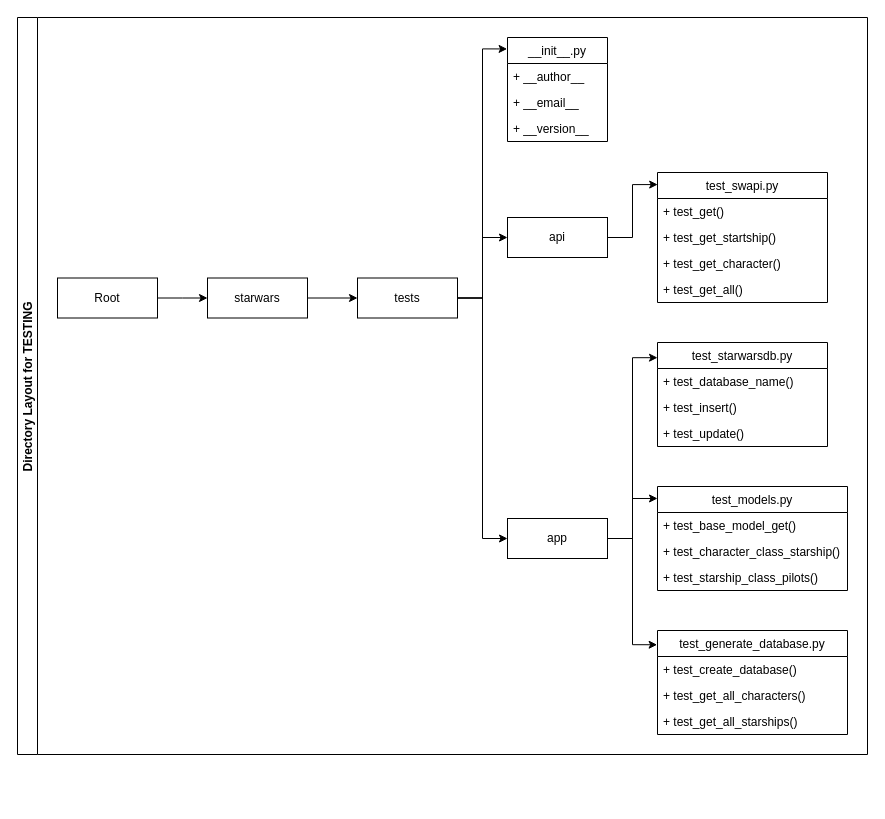
Above: docs/design/StarWars_Testing_Design.drawio in paulaked/Data24-starwars (draw.io), before the change. Source tidied: cells renumbered, new cells numbered last; positions are measured from the earlier drawing's top-left corner, leaving out a move shared by most shapes. Both pictures are drawn from the tidied source at 100%, with x=0, y=0 at pixel (17, 17).
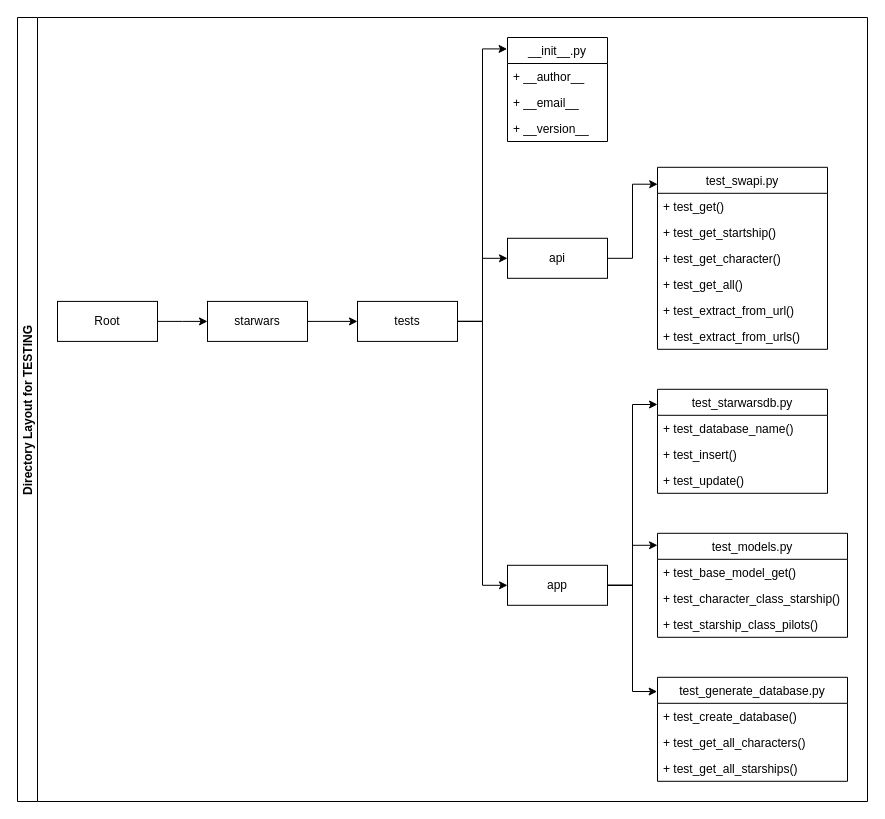
The same diagram, later.

What changed in the source:
```diff
@@
     <mxCell id="2" value="Directory Layout for TESTING" style="swimlane;startSize=20;horizontal=0;horizontalTree=1;containerType=tree;" parent="1" vertex="1">
-      <mxGeometry width="850" height="737" as="geometry" />
+      <mxGeometry width="850" height="784" as="geometry" />
     </mxCell>
     <mxCell id="3" value="Root" style="whiteSpace=wrap;html=1;" parent="2" vertex="1">
-      <mxGeometry x="40" y="260.5" width="100" height="40" as="geometry" />
+      <mxGeometry x="40" y="283.9" width="100" height="40" as="geometry" />
     </mxCell>
     <mxCell id="4" value="starwars" style="whiteSpace=wrap;html=1;" parent="2" vertex="1">
-      <mxGeometry x="190" y="260.5" width="100" height="40" as="geometry" />
+      <mxGeometry x="190" y="283.9" width="100" height="40" as="geometry" />
     </mxCell>
@@
     <mxCell id="9" value="tests" style="whiteSpace=wrap;html=1;" parent="2" vertex="1">
-      <mxGeometry x="340" y="260.5" width="100" height="40" as="geometry" />
+      <mxGeometry x="340" y="283.9" width="100" height="40" as="geometry" />
     </mxCell>
@@
     <mxCell id="16" value="api" style="whiteSpace=wrap;html=1;" parent="2" vertex="1">
-      <mxGeometry x="490" y="200" width="100" height="40" as="geometry" />
+      <mxGeometry x="490" y="220.8" width="100" height="40" as="geometry" />
     </mxCell>
@@
     <mxCell id="20" value="app" style="whiteSpace=wrap;html=1;" parent="2" vertex="1">
-      <mxGeometry x="490" y="501" width="100" height="40" as="geometry" />
+      <mxGeometry x="490" y="547.8" width="100" height="40" as="geometry" />
     </mxCell>
     <mxCell id="21" value="test_swapi.py" style="swimlane;fontStyle=0;horizontal=1;startSize=26;fillColor=none;" parent="2" vertex="1">
-      <mxGeometry x="640" y="155" width="170" height="130" as="geometry" />
+      <mxGeometry x="640" y="149.8" width="170" height="182" as="geometry" />
     </mxCell>
@@
+    <mxCell id="38" value="+ test_extract_from_url()" style="text;strokeColor=none;fillColor=none;align=left;verticalAlign=top;spacingLeft=4;spacingRight=4;overflow=hidden;" parent="21" vertex="1">
+      <mxGeometry y="130" width="170" height="26" as="geometry" />
+    </mxCell>
+    <mxCell id="39" value="+ test_extract_from_urls()" style="text;strokeColor=none;fillColor=none;align=left;verticalAlign=top;spacingLeft=4;spacingRight=4;overflow=hidden;" parent="21" vertex="1">
+      <mxGeometry y="156" width="170" height="26" as="geometry" />
+    </mxCell>
     <mxCell id="26" value="test_starwarsdb.py" style="swimlane;fontStyle=0;horizontal=1;startSize=26;fillColor=none;" parent="2" vertex="1">
-      <mxGeometry x="640" y="325" width="170" height="104" as="geometry" />
+      <mxGeometry x="640" y="371.8" width="170" height="104" as="geometry" />
     </mxCell>
@@
     <mxCell id="30" value="test_models.py" style="swimlane;fontStyle=0;horizontal=1;startSize=26;fillColor=none;" parent="2" vertex="1">
-      <mxGeometry x="640" y="469" width="190" height="104" as="geometry" />
+      <mxGeometry x="640" y="515.8" width="190" height="104" as="geometry" />
     </mxCell>
@@
     <mxCell id="34" value="test_generate_database.py" style="swimlane;fontStyle=0;horizontal=1;startSize=26;fillColor=none;" parent="2" vertex="1">
-      <mxGeometry x="640" y="613" width="190" height="104" as="geometry" />
+      <mxGeometry x="640" y="659.8" width="190" height="104" as="geometry" />
     </mxCell>
```
